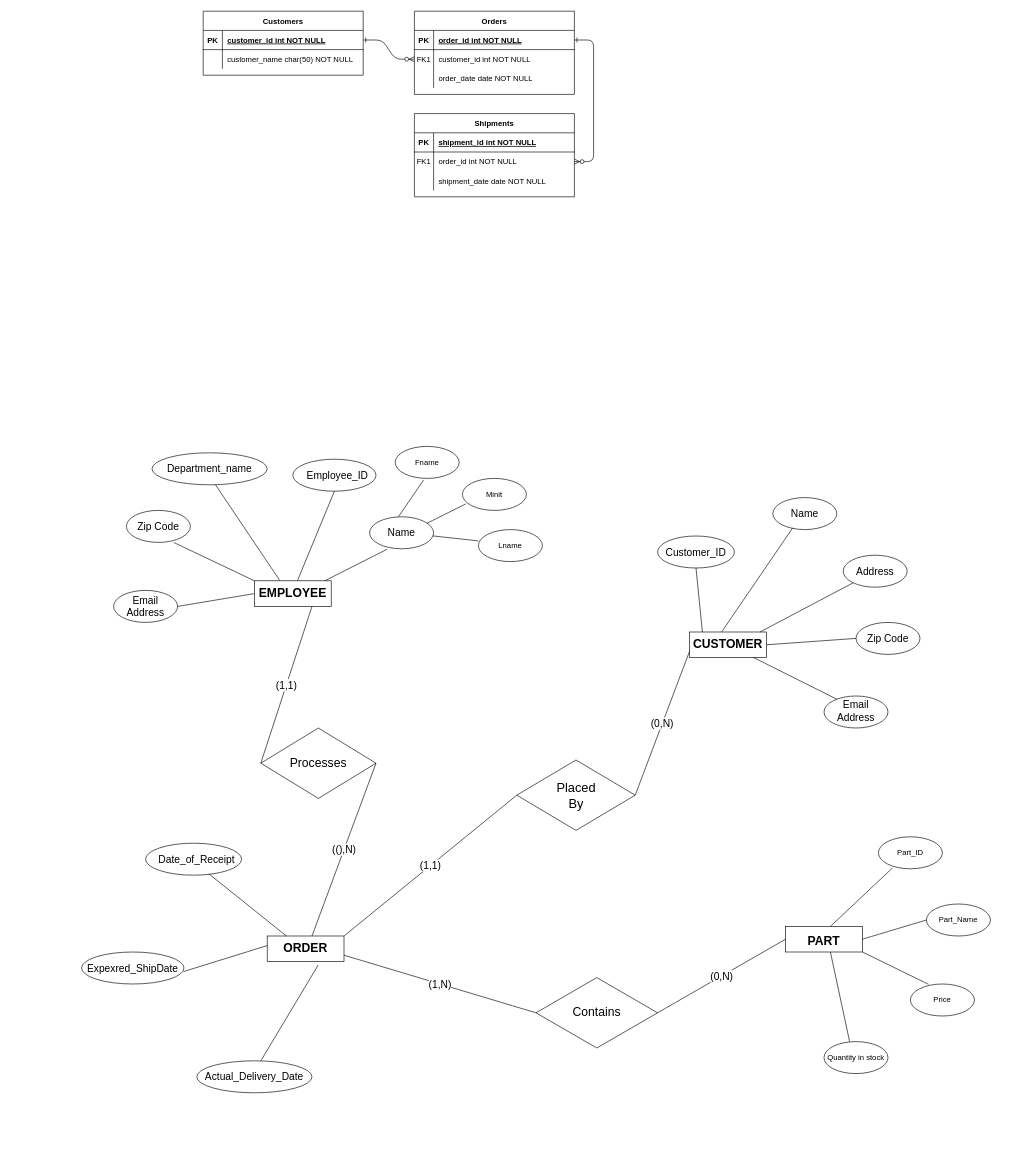
kyoungbin01/ER-Diagram keeps this draw.io diagram as 제목 없는 다이어그램.drawio. Above is the earlier version. Source tidied: cells renumbered, new cells numbered last; positions are measured from the earlier drawing's top-left corner, leaving out a move shared by most shapes. Both pictures are drawn from the tidied source at 64%, with x=0, y=0 at pixel (81, 11).
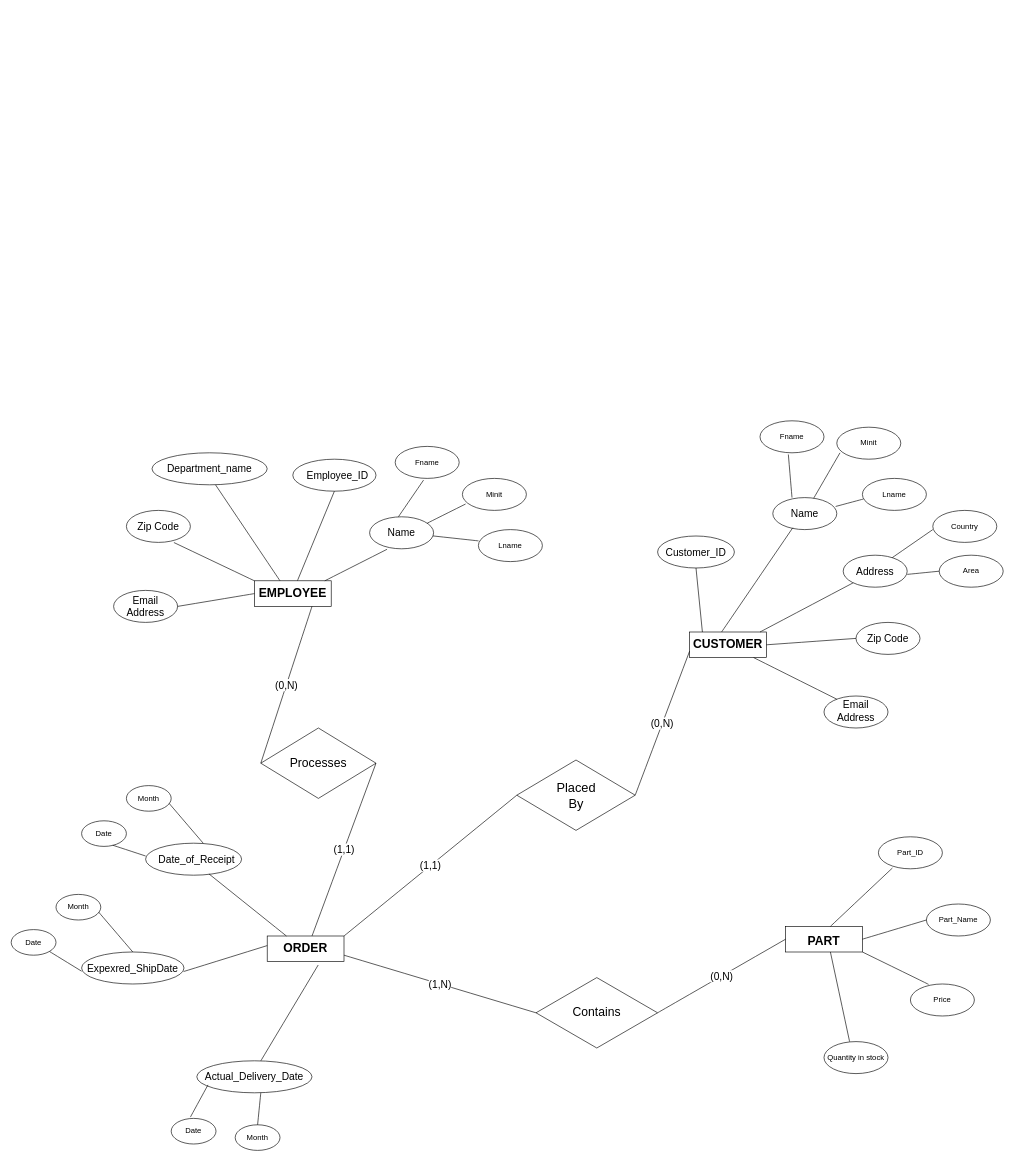
The same page after the edit.

Commit message (it also covers changes not shown here):
제목 없는 다이어그램.drawio 업데이트

Unchanged cells that the change refers to:
```xml
<mxCell id="31" style="rounded=0;whiteSpace=wrap;html=1;" parent="1" vertex="1">
  <mxGeometry x="270" y="890" width="120" height="40" as="geometry" />
</mxCell>
<mxCell id="49" style="ellipse;whiteSpace=wrap;html=1;" parent="1" vertex="1">
  <mxGeometry x="1190" y="850" width="100" height="50" as="geometry" />
</mxCell>
<mxCell id="50" style="ellipse;whiteSpace=wrap;html=1;" parent="1" vertex="1">
  <mxGeometry x="1080" y="760" width="100" height="50" as="geometry" />
</mxCell>
<mxCell id="51" style="ellipse;whiteSpace=wrap;html=1;" parent="1" vertex="1">
  <mxGeometry x="180" y="1640" width="180" height="50" as="geometry" />
</mxCell>
<mxCell id="52" style="ellipse;whiteSpace=wrap;html=1;" parent="1" vertex="1">
  <mxGeometry y="1470" width="160" height="50" as="geometry" />
</mxCell>
<mxCell id="56" style="rhombus;whiteSpace=wrap;html=1;" parent="1" vertex="1">
  <mxGeometry x="280" y="1120" width="180" height="110" as="geometry" />
</mxCell>
```

The edit, as a diff of the source:
```diff
@@
-    <mxCell id="2" style="edgeStyle=entityRelationEdgeStyle;endArrow=ERzeroToMany;startArrow=ERone;endFill=1;startFill=0;" parent="1" edge="1" source="25" target="8">
-      <mxGeometry relative="1" as="geometry" />
-    </mxCell>
-    <mxCell id="3" style="edgeStyle=entityRelationEdgeStyle;endArrow=ERzeroToMany;startArrow=ERone;endFill=1;startFill=0;" parent="1" edge="1" source="5" target="18">
-      <mxGeometry relative="1" as="geometry" />
-    </mxCell>
-    <mxCell id="4" value="Orders" style="shape=table;startSize=30;childLayout=tableLayout;rowLines=0;fontStyle=1;align=center;" parent="1" vertex="1">
-      <mxGeometry x="520" width="250" height="130" as="geometry" />
-    </mxCell>
-    <mxCell id="5" style="shape=partialRectangle;fillColor=none;points=[[0,0.5],[1,0.5]];portConstraint=eastwest;top=0;left=0;right=0;bottom=1;" parent="4" vertex="1">
-      <mxGeometry y="30" width="250" height="30" as="geometry" />
-    </mxCell>
-    <mxCell id="6" value="PK" style="shape=partialRectangle;overflow=hidden;fillColor=none;top=0;left=0;bottom=0;right=0;fontStyle=1;" parent="5" vertex="1">
-      <mxGeometry width="30" height="30" as="geometry" />
-    </mxCell>
-    <mxCell id="7" value="order_id int NOT NULL " style="shape=partialRectangle;overflow=hidden;fillColor=none;top=0;left=0;bottom=0;right=0;align=left;spacingLeft=6;fontStyle=5;" parent="5" vertex="1">
-      <mxGeometry x="30" width="220" height="30" as="geometry" />
-    </mxCell>
-    <mxCell id="8" style="shape=partialRectangle;fillColor=none;points=[[0,0.5],[1,0.5]];portConstraint=eastwest;top=0;left=0;right=0;bottom=0;" parent="4" vertex="1">
-      <mxGeometry y="60" width="250" height="30" as="geometry" />
-    </mxCell>
-    <mxCell id="9" value="FK1" style="shape=partialRectangle;overflow=hidden;fillColor=none;top=0;left=0;bottom=0;right=0;" parent="8" vertex="1">
-      <mxGeometry width="30" height="30" as="geometry" />
-    </mxCell>
-    <mxCell id="10" value="customer_id int NOT NULL" style="shape=partialRectangle;overflow=hidden;fillColor=none;top=0;left=0;bottom=0;right=0;align=left;spacingLeft=6;" parent="8" vertex="1">
-      <mxGeometry x="30" width="220" height="30" as="geometry" />
-    </mxCell>
-    <mxCell id="11" style="shape=partialRectangle;fillColor=none;top=0;left=0;right=0;bottom=0;" parent="4" vertex="1">
-      <mxGeometry y="90" width="250" height="30" as="geometry" />
-    </mxCell>
-    <mxCell id="12" style="shape=partialRectangle;overflow=hidden;fillColor=none;top=0;left=0;bottom=0;right=0;" parent="11" vertex="1">
-      <mxGeometry width="30" height="30" as="geometry" />
-    </mxCell>
-    <mxCell id="13" value="order_date date NOT NULL" style="shape=partialRectangle;overflow=hidden;fillColor=none;top=0;left=0;bottom=0;right=0;align=left;spacingLeft=6;" parent="11" vertex="1">
-      <mxGeometry x="30" width="220" height="30" as="geometry" />
-    </mxCell>
-    <mxCell id="14" value="Shipments" style="shape=table;startSize=30;childLayout=tableLayout;rowLines=0;fontStyle=1;align=center;" parent="1" vertex="1">
-      <mxGeometry x="520" y="160" width="250" height="130" as="geometry" />
-    </mxCell>
-    <mxCell id="15" style="shape=partialRectangle;fillColor=none;top=0;left=0;right=0;bottom=1;" parent="14" vertex="1">
-      <mxGeometry y="30" width="250" height="30" as="geometry" />
-    </mxCell>
-    <mxCell id="16" value="PK" style="shape=partialRectangle;overflow=hidden;fillColor=none;top=0;left=0;bottom=0;right=0;fontStyle=1;" parent="15" vertex="1">
-      <mxGeometry width="30" height="30" as="geometry" />
-    </mxCell>
-    <mxCell id="17" value="shipment_id int NOT NULL " style="shape=partialRectangle;overflow=hidden;fillColor=none;top=0;left=0;bottom=0;right=0;align=left;spacingLeft=6;fontStyle=5;" parent="15" vertex="1">
-      <mxGeometry x="30" width="220" height="30" as="geometry" />
-    </mxCell>
-    <mxCell id="18" style="shape=partialRectangle;fillColor=none;points=[[0,0.5],[1,0.5]];portConstraint=eastwest;top=0;left=0;right=0;bottom=0;" parent="14" vertex="1">
-      <mxGeometry y="60" width="250" height="30" as="geometry" />
-    </mxCell>
-    <mxCell id="19" value="FK1" style="shape=partialRectangle;overflow=hidden;fillColor=none;top=0;left=0;bottom=0;right=0;" parent="18" vertex="1">
-      <mxGeometry width="30" height="30" as="geometry" />
-    </mxCell>
-    <mxCell id="20" value="order_id int NOT NULL" style="shape=partialRectangle;overflow=hidden;fillColor=none;top=0;left=0;bottom=0;right=0;align=left;spacingLeft=6;" parent="18" vertex="1">
-      <mxGeometry x="30" width="220" height="30" as="geometry" />
-    </mxCell>
-    <mxCell id="21" style="shape=partialRectangle;fillColor=none;top=0;left=0;right=0;bottom=0;" parent="14" vertex="1">
-      <mxGeometry y="90" width="250" height="30" as="geometry" />
-    </mxCell>
-    <mxCell id="22" style="shape=partialRectangle;overflow=hidden;fillColor=none;top=0;left=0;bottom=0;right=0;" parent="21" vertex="1">
-      <mxGeometry width="30" height="30" as="geometry" />
-    </mxCell>
-    <mxCell id="23" value="shipment_date date NOT NULL" style="shape=partialRectangle;overflow=hidden;fillColor=none;top=0;left=0;bottom=0;right=0;align=left;spacingLeft=6;" parent="21" vertex="1">
-      <mxGeometry x="30" width="220" height="30" as="geometry" />
-    </mxCell>
-    <mxCell id="24" value="Customers" style="shape=table;startSize=30;childLayout=tableLayout;rowLines=0;fontStyle=1;align=center;" parent="1" vertex="1">
-      <mxGeometry x="190" width="250" height="100" as="geometry" />
-    </mxCell>
-    <mxCell id="25" style="shape=partialRectangle;fillColor=none;points=[[0,0.5],[1,0.5]];portConstraint=eastwest;top=0;left=0;right=0;bottom=1;" parent="24" vertex="1">
-      <mxGeometry y="30" width="250" height="30" as="geometry" />
-    </mxCell>
-    <mxCell id="26" value="PK" style="shape=partialRectangle;overflow=hidden;fillColor=none;top=0;left=0;bottom=0;right=0;fontStyle=1;" parent="25" vertex="1">
-      <mxGeometry width="30" height="30" as="geometry" />
-    </mxCell>
-    <mxCell id="27" value="customer_id int NOT NULL " style="shape=partialRectangle;overflow=hidden;fillColor=none;top=0;left=0;bottom=0;right=0;align=left;spacingLeft=6;fontStyle=5;" parent="25" vertex="1">
-      <mxGeometry x="30" width="220" height="30" as="geometry" />
-    </mxCell>
-    <mxCell id="28" style="shape=partialRectangle;fillColor=none;top=0;left=0;right=0;bottom=0;" parent="24" vertex="1">
-      <mxGeometry y="60" width="250" height="30" as="geometry" />
-    </mxCell>
-    <mxCell id="29" style="shape=partialRectangle;overflow=hidden;fillColor=none;top=0;left=0;bottom=0;right=0;" parent="28" vertex="1">
-      <mxGeometry width="30" height="30" as="geometry" />
-    </mxCell>
-    <mxCell id="30" value="customer_name char(50) NOT NULL" style="shape=partialRectangle;overflow=hidden;fillColor=none;top=0;left=0;bottom=0;right=0;align=left;spacingLeft=6;" parent="28" vertex="1">
-      <mxGeometry x="30" width="220" height="30" as="geometry" />
-    </mxCell>
@@
-    <mxCell id="97" value="&lt;font style=&quot;font-size: 16px;&quot;&gt;(1,1)&lt;/font&gt;" style="endArrow=none;html=1;rounded=0;fontSize=12;startSize=8;endSize=8;curved=1;exitX=0.75;exitY=1;exitDx=0;exitDy=0;entryX=0;entryY=0.5;entryDx=0;entryDy=0;" parent="1" edge="1" source="31" target="56">
+    <mxCell id="97" value="&lt;font style=&quot;font-size: 16px;&quot;&gt;(0,N)&lt;/font&gt;" style="endArrow=none;html=1;rounded=0;fontSize=12;startSize=8;endSize=8;curved=1;exitX=0.75;exitY=1;exitDx=0;exitDy=0;entryX=0;entryY=0.5;entryDx=0;entryDy=0;" parent="1" edge="1" source="31" target="56">
       <mxGeometry relative="1" as="geometry" />
     </mxCell>
-    <mxCell id="98" value="&lt;font style=&quot;font-size: 16px;&quot;&gt;((),N)&lt;/font&gt;" style="endArrow=none;html=1;rounded=0;fontSize=12;startSize=8;endSize=8;curved=1;entryX=1;entryY=0.5;entryDx=0;entryDy=0;" parent="1" edge="1" target="56">
+    <mxCell id="98" value="&lt;font style=&quot;font-size: 16px;&quot;&gt;(1,1)&lt;/font&gt;" style="endArrow=none;html=1;rounded=0;fontSize=12;startSize=8;endSize=8;curved=1;entryX=1;entryY=0.5;entryDx=0;entryDy=0;" parent="1" edge="1">
       <mxGeometry relative="1" as="geometry">
         <mxPoint x="360" y="1445" as="sourcePoint" />
+        <mxPoint x="460" y="1175" as="targetPoint" />
       </mxGeometry>
     </mxCell>
@@
+    <mxCell id="106" value="Fname" style="ellipse;whiteSpace=wrap;html=1;" parent="1" vertex="1">
+      <mxGeometry x="1060" y="640" width="100" height="50" as="geometry" />
+    </mxCell>
+    <mxCell id="107" value="Minit" style="ellipse;whiteSpace=wrap;html=1;" parent="1" vertex="1">
+      <mxGeometry x="1180" y="650" width="100" height="50" as="geometry" />
+    </mxCell>
+    <mxCell id="108" value="Lname" style="ellipse;whiteSpace=wrap;html=1;" parent="1" vertex="1">
+      <mxGeometry x="1220" y="730" width="100" height="50" as="geometry" />
+    </mxCell>
+    <mxCell id="109" style="endArrow=none;html=1;rounded=0;fontSize=12;startSize=8;endSize=8;curved=1;entryX=0.443;entryY=1.053;entryDx=0;entryDy=0;entryPerimeter=0;exitX=0.3;exitY=0;exitDx=0;exitDy=0;exitPerimeter=0;" parent="1" edge="1" source="50" target="106">
+      <mxGeometry relative="1" as="geometry" />
+    </mxCell>
+    <mxCell id="110" style="endArrow=none;html=1;rounded=0;fontSize=12;startSize=8;endSize=8;curved=1;exitX=0.015;exitY=0.645;exitDx=0;exitDy=0;exitPerimeter=0;entryX=0.982;entryY=0.277;entryDx=0;entryDy=0;entryPerimeter=0;" parent="1" edge="1" source="108" target="50">
+      <mxGeometry relative="1" as="geometry" />
+    </mxCell>
+    <mxCell id="111" style="endArrow=none;html=1;rounded=0;fontSize=12;startSize=8;endSize=8;curved=1;entryX=0.05;entryY=0.8;entryDx=0;entryDy=0;entryPerimeter=0;" parent="1" edge="1" source="50" target="107">
+      <mxGeometry relative="1" as="geometry" />
+    </mxCell>
+    <mxCell id="112" value="Country" style="ellipse;whiteSpace=wrap;html=1;" parent="1" vertex="1">
+      <mxGeometry x="1330" y="780" width="100" height="50" as="geometry" />
+    </mxCell>
+    <mxCell id="113" value="Area" style="ellipse;whiteSpace=wrap;html=1;" parent="1" vertex="1">
+      <mxGeometry x="1340" y="850" width="100" height="50" as="geometry" />
+    </mxCell>
+    <mxCell id="114" style="endArrow=none;html=1;rounded=0;fontSize=12;startSize=8;endSize=8;curved=1;entryX=0;entryY=0.6;entryDx=0;entryDy=0;entryPerimeter=0;exitX=0.766;exitY=0.077;exitDx=0;exitDy=0;exitPerimeter=0;" parent="1" edge="1" source="49" target="112">
+      <mxGeometry relative="1" as="geometry" />
+    </mxCell>
+    <mxCell id="115" style="endArrow=none;html=1;rounded=0;fontSize=12;startSize=8;endSize=8;curved=1;entryX=0;entryY=0.5;entryDx=0;entryDy=0;" parent="1" edge="1" target="113">
+      <mxGeometry relative="1" as="geometry">
+        <mxPoint x="1290" y="880" as="sourcePoint" />
+      </mxGeometry>
+    </mxCell>
+    <mxCell id="116" value="Date" style="ellipse;whiteSpace=wrap;html=1;" parent="1" vertex="1">
+      <mxGeometry x="-110" y="1435" width="70" height="40" as="geometry" />
+    </mxCell>
+    <mxCell id="117" value="Month" style="ellipse;whiteSpace=wrap;html=1;" parent="1" vertex="1">
+      <mxGeometry x="-40" y="1380" width="70" height="40" as="geometry" />
+    </mxCell>
+    <mxCell id="118" style="endArrow=none;html=1;rounded=0;fontSize=12;startSize=8;endSize=8;curved=1;entryX=0.5;entryY=0;entryDx=0;entryDy=0;exitX=0.952;exitY=0.691;exitDx=0;exitDy=0;exitPerimeter=0;" parent="1" edge="1" source="117" target="52">
+      <mxGeometry relative="1" as="geometry" />
+    </mxCell>
+    <mxCell id="119" style="endArrow=none;html=1;rounded=0;fontSize=12;startSize=8;endSize=8;curved=1;exitX=1;exitY=1;exitDx=0;exitDy=0;" parent="1" edge="1" source="116">
+      <mxGeometry relative="1" as="geometry">
+        <mxPoint y="1500" as="targetPoint" />
+      </mxGeometry>
+    </mxCell>
+    <mxCell id="120" value="Date" style="ellipse;whiteSpace=wrap;html=1;" parent="1" vertex="1">
+      <mxGeometry y="1265" width="70" height="40" as="geometry" />
+    </mxCell>
+    <mxCell id="121" value="Month" style="ellipse;whiteSpace=wrap;html=1;" parent="1" vertex="1">
+      <mxGeometry x="70" y="1210" width="70" height="40" as="geometry" />
+    </mxCell>
+    <mxCell id="122" style="endArrow=none;html=1;rounded=0;fontSize=12;startSize=8;endSize=8;curved=1;entryX=0.5;entryY=0;entryDx=0;entryDy=0;exitX=0.952;exitY=0.691;exitDx=0;exitDy=0;exitPerimeter=0;" parent="1" edge="1" source="121">
+      <mxGeometry relative="1" as="geometry">
+        <mxPoint x="190" y="1300" as="targetPoint" />
+      </mxGeometry>
+    </mxCell>
+    <mxCell id="123" value="Date" style="ellipse;whiteSpace=wrap;html=1;" parent="1" vertex="1">
+      <mxGeometry x="140" y="1730" width="70" height="40" as="geometry" />
+    </mxCell>
+    <mxCell id="124" value="Month" style="ellipse;whiteSpace=wrap;html=1;" parent="1" vertex="1">
+      <mxGeometry x="240" y="1740" width="70" height="40" as="geometry" />
+    </mxCell>
+    <mxCell id="125" style="endArrow=none;html=1;rounded=0;fontSize=12;startSize=8;endSize=8;curved=1;entryX=0.5;entryY=0;entryDx=0;entryDy=0;" parent="1" edge="1" target="124">
+      <mxGeometry relative="1" as="geometry">
+        <mxPoint x="280" y="1690" as="sourcePoint" />
+      </mxGeometry>
+    </mxCell>
+    <mxCell id="126" style="endArrow=none;html=1;rounded=0;fontSize=12;startSize=8;endSize=8;curved=1;exitX=0.692;exitY=0.952;exitDx=0;exitDy=0;exitPerimeter=0;" parent="1" edge="1" source="120">
+      <mxGeometry relative="1" as="geometry">
+        <mxPoint x="100" y="1320" as="targetPoint" />
+      </mxGeometry>
+    </mxCell>
+    <mxCell id="127" style="endArrow=none;html=1;rounded=0;fontSize=12;startSize=8;endSize=8;curved=1;entryX=0.097;entryY=0.753;entryDx=0;entryDy=0;entryPerimeter=0;" parent="1" edge="1" target="51">
+      <mxGeometry relative="1" as="geometry">
+        <mxPoint x="170" y="1728" as="sourcePoint" />
+      </mxGeometry>
+    </mxCell>
```
